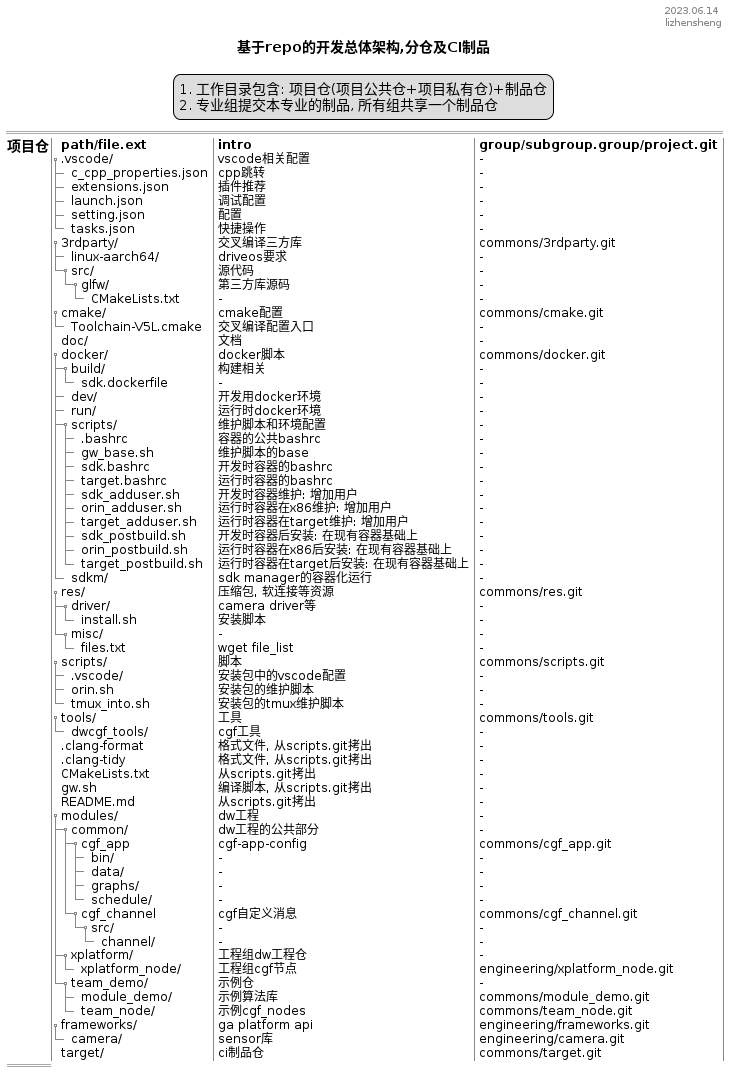
This is scripts/doc/arch-repo.png from meghdeepj/nv_driveworks_demo, a PlantUML export, as it was before one commit.
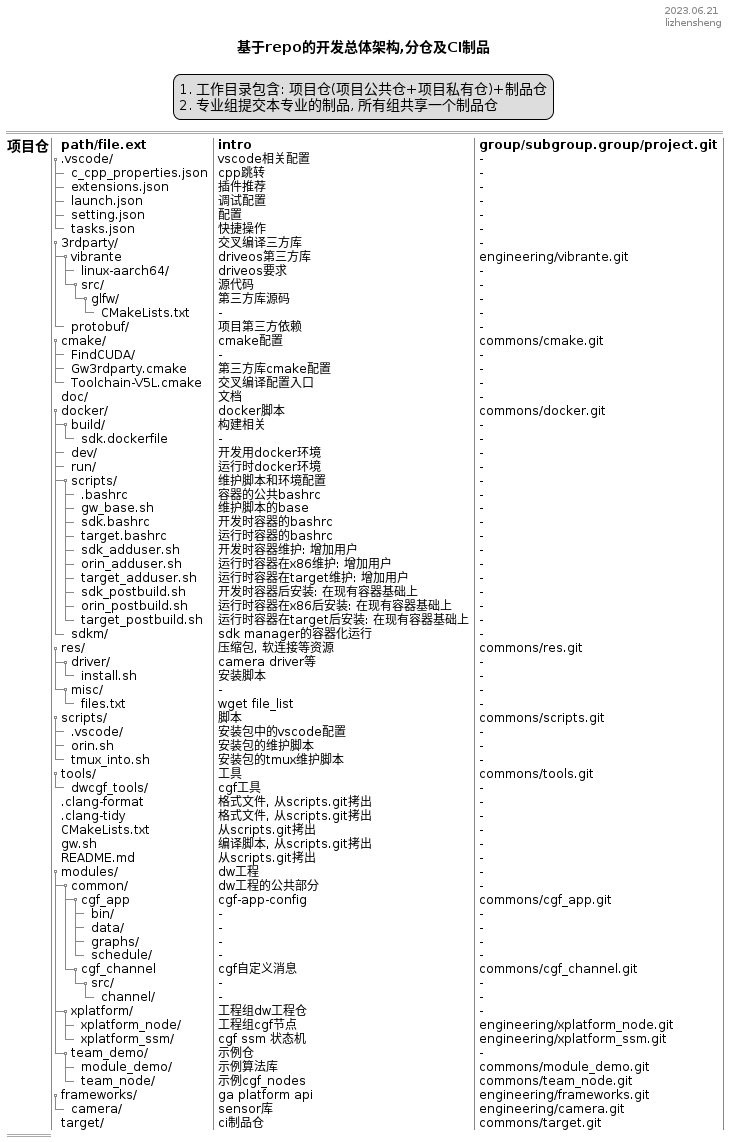
Above is the later version.

Diff of the diagram source:
```diff
@@ -18,12 +18,16 @@
 ++ launch.json           | 调试配置     | -
 ++ setting.json          | 配置         | -
 ++ tasks.json            | 快捷操作     | -
-+ 3rdparty/          | 交叉编译三方库    | commons/3rdparty.git
-++ linux-aarch64/    | driveos要求       | -
-++ src/              | 源代码            | -
-+++ glfw/            | 第三方库源码      | -
-++++ CMakeLists.txt | - | -
++ 3rdparty/          | 交叉编译三方库    | -
+++ vibrante          | driveos第三方库   | engineering/vibrante.git
++++ linux-aarch64/    | driveos要求       | -
++++ src/              | 源代码            | -
+++++ glfw/            | 第三方库源码      | -
++++++ CMakeLists.txt | - | -
+++ protobuf/         | 项目第三方依赖     | -
 + cmake/             | cmake配置         | commons/cmake.git
+++ FindCUDA/         | - | -
+++ Gw3rdparty.cmake  | 第三方库cmake配置  | -
 ++ Toolchain-V5L.cmake | 交叉编译配置入口 | -
 + doc/               | 文档              | -
 + docker/            | docker脚本        | commons/docker.git
@@ -73,6 +77,7 @@
 ' 项目私有
 ++ xplatform/        | 工程组dw工程仓    | -
 +++ xplatform_node/       | 工程组cgf节点      | engineering/xplatform_node.git
++++ xplatform_ssm/        | cgf ssm 状态机     | engineering/xplatform_ssm.git
 ' demo项目
 ++ team_demo/        | 示例仓           | -
 +++ module_demo/     | 示例算法库        | commons/module_demo.git
```
